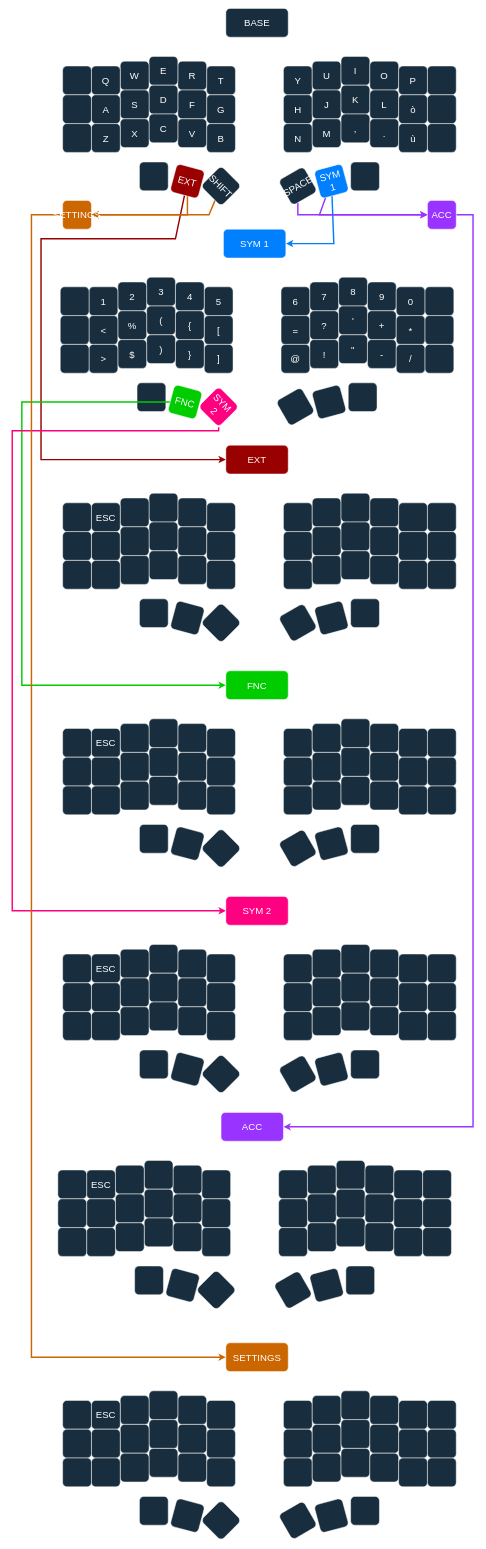
Earlier version of the draw.io diagram Untitled Diagram.drawio (Ajibeckam/zmkcorne). Source tidied: cells renumbered, new cells numbered last; positions are measured from the earlier drawing's top-left corner, leaving out a move shared by most shapes. Both pictures are drawn from the tidied source at 48%, with x=0, y=0 at pixel (12, 8).
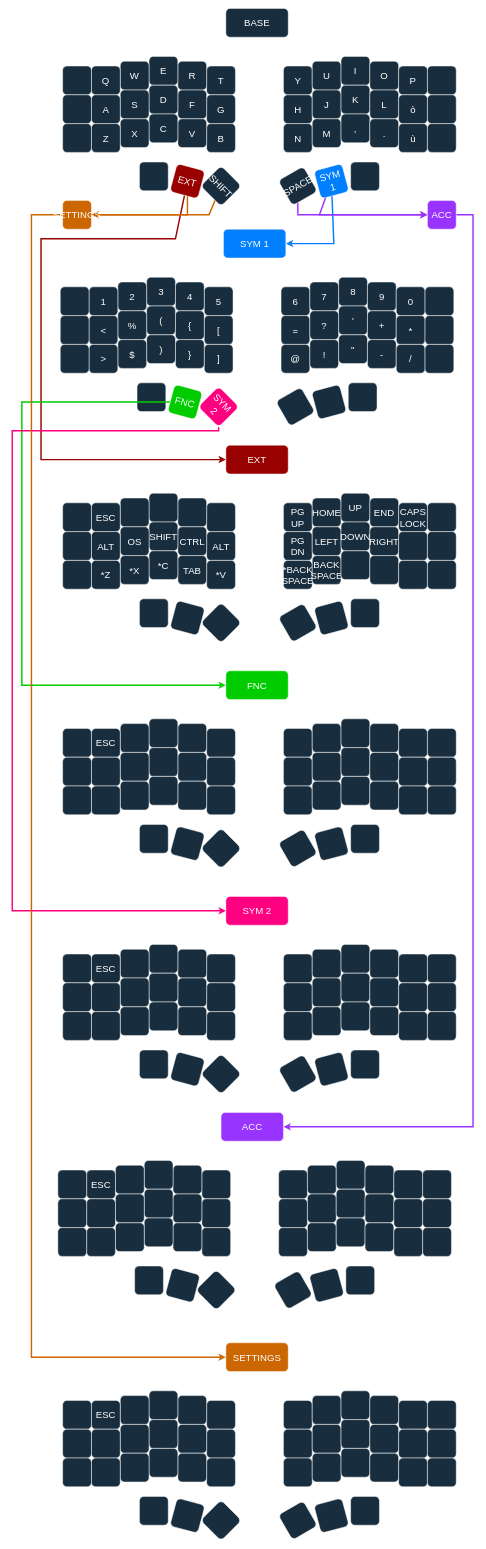
After the change.

Change to the diagram source:
```diff
@@
-    <mxCell id="96" style="rounded=1;whiteSpace=wrap;html=1;strokeColor=#FFFFFF;fontColor=#FFFFFF;fillColor=#182E3E;fontSize=20;" parent="1" vertex="1">
+    <mxCell id="96" value="PG UP" style="rounded=1;whiteSpace=wrap;html=1;strokeColor=#FFFFFF;fontColor=#FFFFFF;fillColor=#182E3E;fontSize=20;" parent="1" vertex="1">
       <mxGeometry x="565" y="1030" width="60" height="60" as="geometry" />
     </mxCell>
-    <mxCell id="97" style="rounded=1;whiteSpace=wrap;html=1;strokeColor=#FFFFFF;fontColor=#FFFFFF;fillColor=#182E3E;fontSize=20;" parent="1" vertex="1">
+    <mxCell id="97" value="HOME" style="rounded=1;whiteSpace=wrap;html=1;strokeColor=#FFFFFF;fontColor=#FFFFFF;fillColor=#182E3E;fontSize=20;" parent="1" vertex="1">
       <mxGeometry x="625" y="1020" width="60" height="60" as="geometry" />
     </mxCell>
-    <mxCell id="98" style="rounded=1;whiteSpace=wrap;html=1;strokeColor=#FFFFFF;fontColor=#FFFFFF;fillColor=#182E3E;fontSize=20;" parent="1" vertex="1">
+    <mxCell id="98" value="UP" style="rounded=1;whiteSpace=wrap;html=1;strokeColor=#FFFFFF;fontColor=#FFFFFF;fillColor=#182E3E;fontSize=20;" parent="1" vertex="1">
       <mxGeometry x="685" y="1010" width="60" height="60" as="geometry" />
     </mxCell>
-    <mxCell id="99" style="rounded=1;whiteSpace=wrap;html=1;strokeColor=#FFFFFF;fontColor=#FFFFFF;fillColor=#182E3E;fontSize=20;" parent="1" vertex="1">
+    <mxCell id="99" value="END" style="rounded=1;whiteSpace=wrap;html=1;strokeColor=#FFFFFF;fontColor=#FFFFFF;fillColor=#182E3E;fontSize=20;" parent="1" vertex="1">
       <mxGeometry x="745" y="1020" width="60" height="60" as="geometry" />
     </mxCell>
-    <mxCell id="100" style="rounded=1;whiteSpace=wrap;html=1;strokeColor=#FFFFFF;fontColor=#FFFFFF;fillColor=#182E3E;fontSize=20;" parent="1" vertex="1">
+    <mxCell id="100" value="&lt;div&gt;CAPS&lt;/div&gt;&lt;div&gt;LOCK&lt;br&gt;&lt;/div&gt;" style="rounded=1;whiteSpace=wrap;html=1;strokeColor=#FFFFFF;fontColor=#FFFFFF;fillColor=#182E3E;fontSize=20;" parent="1" vertex="1">
       <mxGeometry x="805" y="1030" width="60" height="60" as="geometry" />
     </mxCell>
@@
-    <mxCell id="102" style="rounded=1;whiteSpace=wrap;html=1;strokeColor=#FFFFFF;fontColor=#FFFFFF;fillColor=#182E3E;fontSize=20;" parent="1" vertex="1">
+    <mxCell id="102" value="PG DN" style="rounded=1;whiteSpace=wrap;html=1;strokeColor=#FFFFFF;fontColor=#FFFFFF;fillColor=#182E3E;fontSize=20;" parent="1" vertex="1">
       <mxGeometry x="565" y="1090" width="60" height="60" as="geometry" />
     </mxCell>
-    <mxCell id="103" style="rounded=1;whiteSpace=wrap;html=1;strokeColor=#FFFFFF;fontColor=#FFFFFF;fillColor=#182E3E;fontSize=20;" parent="1" vertex="1">
+    <mxCell id="103" value="LEFT" style="rounded=1;whiteSpace=wrap;html=1;strokeColor=#FFFFFF;fontColor=#FFFFFF;fillColor=#182E3E;fontSize=20;" parent="1" vertex="1">
       <mxGeometry x="625" y="1080" width="60" height="60" as="geometry" />
     </mxCell>
-    <mxCell id="104" style="rounded=1;whiteSpace=wrap;html=1;strokeColor=#FFFFFF;fontColor=#FFFFFF;fillColor=#182E3E;fontSize=20;" parent="1" vertex="1">
+    <mxCell id="104" value="DOWN" style="rounded=1;whiteSpace=wrap;html=1;strokeColor=#FFFFFF;fontColor=#FFFFFF;fillColor=#182E3E;fontSize=20;" parent="1" vertex="1">
       <mxGeometry x="685" y="1070" width="60" height="60" as="geometry" />
     </mxCell>
-    <mxCell id="105" style="rounded=1;whiteSpace=wrap;html=1;strokeColor=#FFFFFF;fontColor=#FFFFFF;fillColor=#182E3E;fontSize=20;" parent="1" vertex="1">
+    <mxCell id="105" value="RIGHT" style="rounded=1;whiteSpace=wrap;html=1;strokeColor=#FFFFFF;fontColor=#FFFFFF;fillColor=#182E3E;fontSize=20;" parent="1" vertex="1">
       <mxGeometry x="745" y="1080" width="60" height="60" as="geometry" />
     </mxCell>
@@
-    <mxCell id="108" style="rounded=1;whiteSpace=wrap;html=1;strokeColor=#FFFFFF;fontColor=#FFFFFF;fillColor=#182E3E;fontSize=20;" parent="1" vertex="1">
+    <mxCell id="108" value="&lt;div&gt;*BACK&lt;/div&gt;&lt;div&gt;SPACE&lt;br&gt;&lt;/div&gt;" style="rounded=1;whiteSpace=wrap;html=1;strokeColor=#FFFFFF;fontColor=#FFFFFF;fillColor=#182E3E;fontSize=20;" parent="1" vertex="1">
       <mxGeometry x="565" y="1150" width="60" height="60" as="geometry" />
     </mxCell>
-    <mxCell id="109" style="rounded=1;whiteSpace=wrap;html=1;strokeColor=#FFFFFF;fontColor=#FFFFFF;fillColor=#182E3E;fontSize=20;" parent="1" vertex="1">
+    <mxCell id="109" value="&lt;div&gt;BACK&lt;/div&gt;&lt;div&gt;SPACE&lt;br&gt;&lt;/div&gt;" style="rounded=1;whiteSpace=wrap;html=1;strokeColor=#FFFFFF;fontColor=#FFFFFF;fillColor=#182E3E;fontSize=20;" parent="1" vertex="1">
       <mxGeometry x="625" y="1140" width="60" height="60" as="geometry" />
     </mxCell>
@@
-    <mxCell id="120" style="rounded=1;whiteSpace=wrap;html=1;strokeColor=#FFFFFF;fontColor=#FFFFFF;fillColor=#182E3E;fontSize=20;" parent="1" vertex="1">
+    <mxCell id="120" value="ALT" style="rounded=1;whiteSpace=wrap;html=1;strokeColor=#FFFFFF;fontColor=#FFFFFF;fillColor=#182E3E;fontSize=20;" parent="1" vertex="1">
       <mxGeometry x="405" y="1090" width="60" height="60" as="geometry" />
     </mxCell>
-    <mxCell id="121" style="rounded=1;whiteSpace=wrap;html=1;strokeColor=#FFFFFF;fontColor=#FFFFFF;fillColor=#182E3E;fontSize=20;" parent="1" vertex="1">
+    <mxCell id="121" value="CTRL" style="rounded=1;whiteSpace=wrap;html=1;strokeColor=#FFFFFF;fontColor=#FFFFFF;fillColor=#182E3E;fontSize=20;" parent="1" vertex="1">
       <mxGeometry x="345" y="1080" width="60" height="60" as="geometry" />
     </mxCell>
-    <mxCell id="122" style="rounded=1;whiteSpace=wrap;html=1;strokeColor=#FFFFFF;fontColor=#FFFFFF;fillColor=#182E3E;fontSize=20;" parent="1" vertex="1">
+    <mxCell id="122" value="SHIFT" style="rounded=1;whiteSpace=wrap;html=1;strokeColor=#FFFFFF;fontColor=#FFFFFF;fillColor=#182E3E;fontSize=20;" parent="1" vertex="1">
       <mxGeometry x="285" y="1070" width="60" height="60" as="geometry" />
     </mxCell>
-    <mxCell id="123" style="rounded=1;whiteSpace=wrap;html=1;strokeColor=#FFFFFF;fontColor=#FFFFFF;fillColor=#182E3E;fontSize=20;" parent="1" vertex="1">
+    <mxCell id="123" value="OS" style="rounded=1;whiteSpace=wrap;html=1;strokeColor=#FFFFFF;fontColor=#FFFFFF;fillColor=#182E3E;fontSize=20;" parent="1" vertex="1">
       <mxGeometry x="225" y="1080" width="60" height="60" as="geometry" />
     </mxCell>
-    <mxCell id="124" style="rounded=1;whiteSpace=wrap;html=1;strokeColor=#FFFFFF;fontColor=#FFFFFF;fillColor=#182E3E;fontSize=20;" parent="1" vertex="1">
+    <mxCell id="124" value="ALT" style="rounded=1;whiteSpace=wrap;html=1;strokeColor=#FFFFFF;fontColor=#FFFFFF;fillColor=#182E3E;fontSize=20;" parent="1" vertex="1">
       <mxGeometry x="165" y="1090" width="60" height="60" as="geometry" />
     </mxCell>
@@
-    <mxCell id="126" style="rounded=1;whiteSpace=wrap;html=1;strokeColor=#FFFFFF;fontColor=#FFFFFF;fillColor=#182E3E;fontSize=20;" parent="1" vertex="1">
+    <mxCell id="126" value="*V" style="rounded=1;whiteSpace=wrap;html=1;strokeColor=#FFFFFF;fontColor=#FFFFFF;fillColor=#182E3E;fontSize=20;" parent="1" vertex="1">
       <mxGeometry x="405" y="1150" width="60" height="60" as="geometry" />
     </mxCell>
-    <mxCell id="127" style="rounded=1;whiteSpace=wrap;html=1;strokeColor=#FFFFFF;fontColor=#FFFFFF;fillColor=#182E3E;fontSize=20;" parent="1" vertex="1">
+    <mxCell id="127" value="TAB" style="rounded=1;whiteSpace=wrap;html=1;strokeColor=#FFFFFF;fontColor=#FFFFFF;fillColor=#182E3E;fontSize=20;" parent="1" vertex="1">
       <mxGeometry x="345" y="1140" width="60" height="60" as="geometry" />
     </mxCell>
-    <mxCell id="128" style="rounded=1;whiteSpace=wrap;html=1;strokeColor=#FFFFFF;fontColor=#FFFFFF;fillColor=#182E3E;fontSize=20;" parent="1" vertex="1">
+    <mxCell id="128" value="*C" style="rounded=1;whiteSpace=wrap;html=1;strokeColor=#FFFFFF;fontColor=#FFFFFF;fillColor=#182E3E;fontSize=20;" parent="1" vertex="1">
       <mxGeometry x="285" y="1130" width="60" height="60" as="geometry" />
     </mxCell>
-    <mxCell id="129" style="rounded=1;whiteSpace=wrap;html=1;strokeColor=#FFFFFF;fontColor=#FFFFFF;fillColor=#182E3E;fontSize=20;" parent="1" vertex="1">
+    <mxCell id="129" value="*X" style="rounded=1;whiteSpace=wrap;html=1;strokeColor=#FFFFFF;fontColor=#FFFFFF;fillColor=#182E3E;fontSize=20;" parent="1" vertex="1">
       <mxGeometry x="225" y="1140" width="60" height="60" as="geometry" />
     </mxCell>
-    <mxCell id="130" style="rounded=1;whiteSpace=wrap;html=1;strokeColor=#FFFFFF;fontColor=#FFFFFF;fillColor=#182E3E;fontSize=20;" parent="1" vertex="1">
+    <mxCell id="130" value="*Z" style="rounded=1;whiteSpace=wrap;html=1;strokeColor=#FFFFFF;fontColor=#FFFFFF;fillColor=#182E3E;fontSize=20;" parent="1" vertex="1">
       <mxGeometry x="165" y="1150" width="60" height="60" as="geometry" />
     </mxCell>
```
